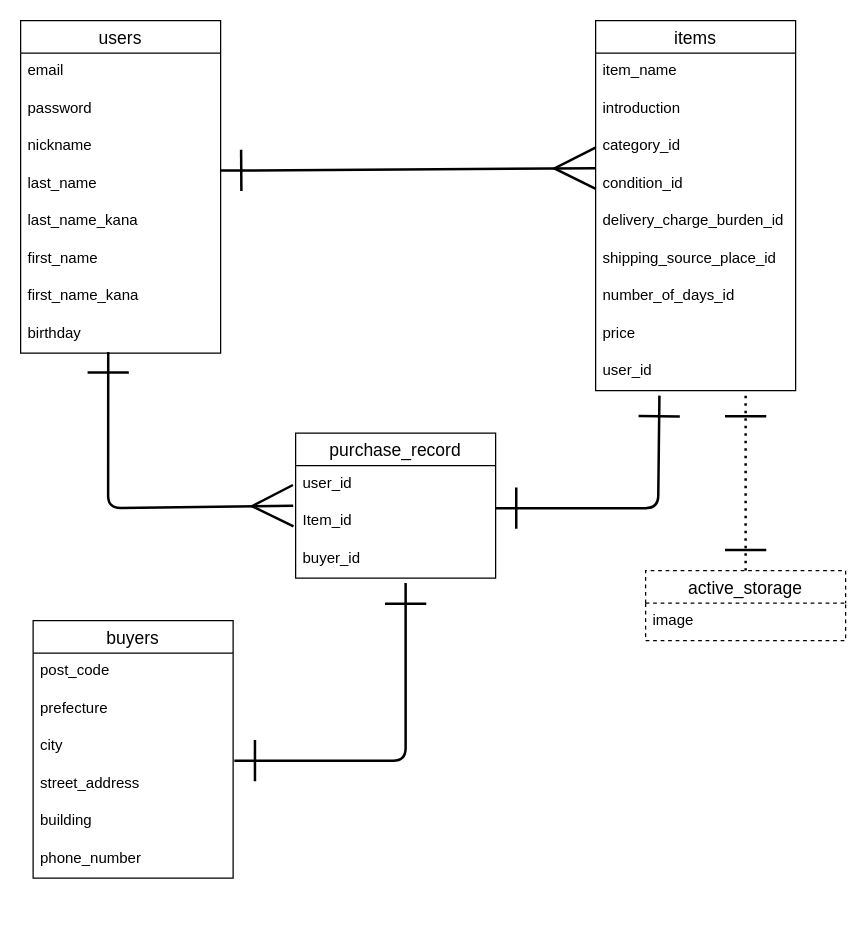
Earlier version of the draw.io diagram furima.dio (sakuraiswo/furima-40482). Source tidied: cells renumbered, new cells numbered last; positions are measured from the earlier drawing's top-left corner, leaving out a move shared by most shapes. Both pictures are drawn from the tidied source at 125%, with x=0, y=0 at pixel (20, 20).
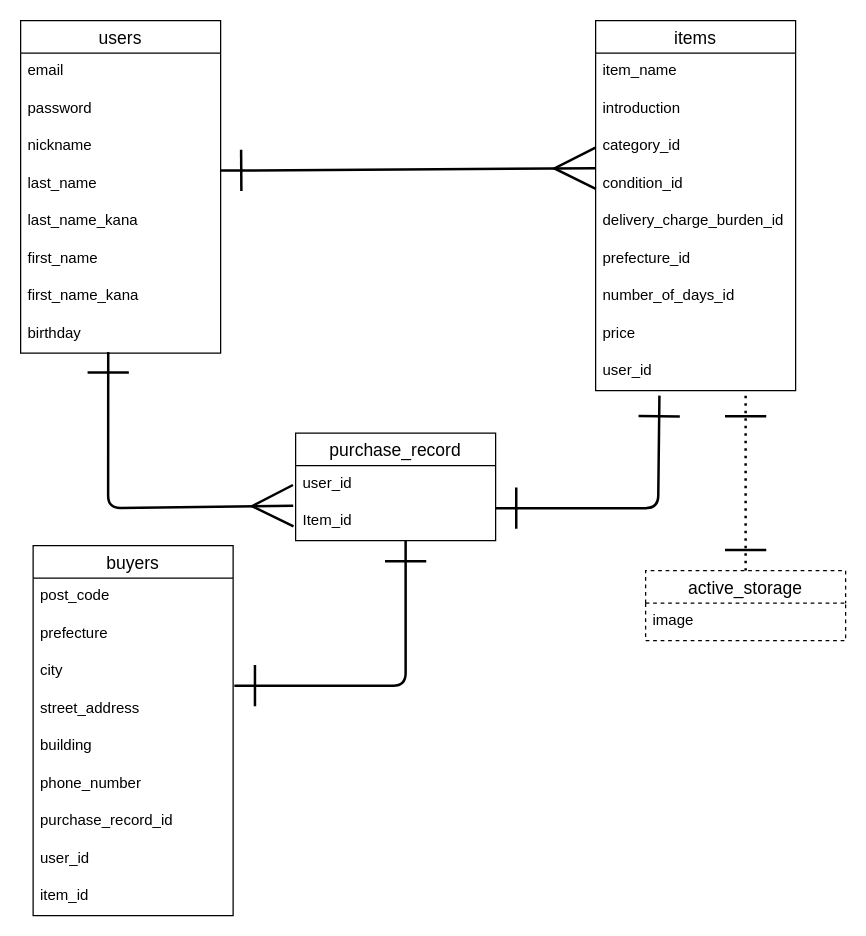
After the change.

Commit message (it also covers changes not shown here):
ER図、README修正2

The change refers to these unchanged cells:
```xml
<mxCell id="11" value="items" style="swimlane;fontStyle=0;horizontal=1;startSize=26;align=center;fontSize=14;" parent="1" vertex="1">
  <mxGeometry x="460" width="160" height="296" as="geometry" />
</mxCell>
<mxCell id="25" value="street_address" style="text;strokeColor=none;fillColor=none;spacingLeft=4;spacingRight=4;overflow=hidden;points=[[0,0.5],[1,0.5]];portConstraint=eastwest;fontSize=12;" parent="21" vertex="1">
  <mxGeometry y="116" width="160" height="30" as="geometry" />
</mxCell>
<mxCell id="35" value="Item_id" style="text;strokeColor=none;fillColor=none;spacingLeft=4;spacingRight=4;overflow=hidden;points=[[0,0.5],[1,0.5]];portConstraint=eastwest;fontSize=12;" parent="33" vertex="1">
  <mxGeometry y="56" width="160" height="30" as="geometry" />
</mxCell>
```

What changed in the source:
```diff
@@
-    <mxCell id="17" value="shipping_source_place_id" style="text;strokeColor=none;fillColor=none;spacingLeft=4;spacingRight=4;overflow=hidden;fontSize=12;" parent="11" vertex="1">
+    <mxCell id="17" value="prefecture_id" style="text;strokeColor=none;fillColor=none;spacingLeft=4;spacingRight=4;overflow=hidden;fontSize=12;" parent="11" vertex="1">
       <mxGeometry y="176" width="160" height="30" as="geometry" />
     </mxCell>
@@
     <mxCell id="21" value="buyers" style="swimlane;fontStyle=0;horizontal=1;startSize=26;align=center;fontSize=14;" parent="1" vertex="1">
-      <mxGeometry x="10" y="480" width="160" height="206" as="geometry" />
+      <mxGeometry x="10" y="420" width="160" height="296" as="geometry" />
     </mxCell>
@@
+    <mxCell id="39" value="purchase_record_id" style="text;strokeColor=none;fillColor=none;spacingLeft=4;spacingRight=4;overflow=hidden;fontSize=12;" parent="21" vertex="1">
+      <mxGeometry y="206" width="160" height="30" as="geometry" />
+    </mxCell>
+    <mxCell id="40" value="user_id" style="text;strokeColor=none;fillColor=none;spacingLeft=4;spacingRight=4;overflow=hidden;fontSize=12;" parent="21" vertex="1">
+      <mxGeometry y="236" width="160" height="30" as="geometry" />
+    </mxCell>
+    <mxCell id="41" value="item_id" style="text;strokeColor=none;fillColor=none;spacingLeft=4;spacingRight=4;overflow=hidden;fontSize=12;" parent="21" vertex="1">
+      <mxGeometry y="266" width="160" height="30" as="geometry" />
+    </mxCell>
@@
-    <mxCell id="29" style="edgeStyle=none;html=1;strokeWidth=2;startArrow=ERone;startFill=0;endArrow=ERone;endFill=0;startSize=30;endSize=30;entryX=0.55;entryY=1.133;entryDx=0;entryDy=0;entryPerimeter=0;exitX=1.006;exitY=-0.133;exitDx=0;exitDy=0;exitPerimeter=0;" parent="1" edge="1" source="25" target="36">
+    <mxCell id="29" style="edgeStyle=none;html=1;strokeWidth=2;startArrow=ERone;startFill=0;endArrow=ERone;endFill=0;startSize=30;endSize=30;exitX=1.006;exitY=-0.133;exitDx=0;exitDy=0;exitPerimeter=0;entryX=0.55;entryY=1;entryDx=0;entryDy=0;entryPerimeter=0;" parent="1" edge="1" source="25" target="35">
       <mxGeometry relative="1" as="geometry">
         <Array as="points">
-          <mxPoint x="308" y="592" />
+          <mxPoint x="308" y="532" />
         </Array>
       </mxGeometry>
     </mxCell>
@@
     <mxCell id="33" value="purchase_record" style="swimlane;fontStyle=0;horizontal=1;startSize=26;align=center;fontSize=14;" parent="1" vertex="1">
-      <mxGeometry x="220" y="330" width="160" height="116" as="geometry" />
+      <mxGeometry x="220" y="330" width="160" height="86" as="geometry" />
     </mxCell>
@@
-    <mxCell id="36" value="buyer_id" style="text;strokeColor=none;fillColor=none;spacingLeft=4;spacingRight=4;overflow=hidden;points=[[0,0.5],[1,0.5]];portConstraint=eastwest;fontSize=12;" parent="33" vertex="1">
-      <mxGeometry y="86" width="160" height="30" as="geometry" />
-    </mxCell>
```
